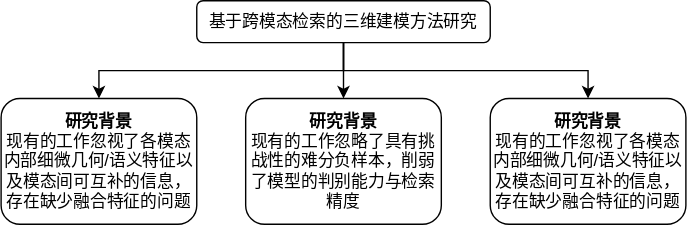
Earlier version of the draw.io export 基于跨模态检索的三维建模方法研究.drawio.svg (Wspiron/partnet_dataset). Source tidied: cells renumbered, new cells last; positions are measured from the earlier drawing's top-left corner, leaving out a move shared by most shapes. Its diagram source:
```xml
<mxGraphModel>
  <root>
    <mxCell id="0" />
    <mxCell id="1" parent="0" />
    <mxCell id="2" style="edgeStyle=orthogonalEdgeStyle;rounded=0;jettySize=auto;html=1;entryX=0.5;entryY=0;entryDx=0;entryDy=0;exitX=0.5;exitY=1;exitDx=0;exitDy=0;" parent="1" edge="1" source="3" target="4">
      <mxGeometry relative="1" as="geometry" />
    </mxCell>
    <mxCell id="3" value="基于跨模态检索的三维建模方法研究" style="rounded=1;whiteSpace=wrap;html=1;" parent="1" vertex="1">
      <mxGeometry x="140" width="210" height="30" as="geometry" />
    </mxCell>
    <mxCell id="4" value="&lt;b&gt;&lt;font style=&quot;font-size: 12px; color: rgb(0, 0, 0);&quot;&gt;研究背景&lt;/font&gt;&lt;/b&gt;&lt;div&gt;&lt;font face=&quot;Helvetica&quot; style=&quot;font-size: 12px; color: rgb(0, 0, 0);&quot;&gt;现有的工作&lt;span style=&quot;background-color: transparent;&quot;&gt;忽视了各模态内部细微几何&lt;/span&gt;&lt;span style=&quot;background-color: transparent;&quot;&gt;/&lt;/span&gt;&lt;span style=&quot;background-color: transparent;&quot;&gt;语义特征以及模态间可互补的信息，存在缺少融合特征的问题&lt;/span&gt;&lt;/font&gt;&lt;/div&gt;" style="rounded=1;whiteSpace=wrap;html=1;" parent="1" vertex="1">
      <mxGeometry y="70" width="140" height="90" as="geometry" />
    </mxCell>
    <mxCell id="5" value="&lt;b&gt;&lt;font face=&quot;Helvetica&quot; style=&quot;color: rgb(0, 0, 0); font-size: 12px;&quot;&gt;研究背景&lt;/font&gt;&lt;/b&gt;&lt;div&gt;&lt;font style=&quot;font-size: 12px;&quot; face=&quot;Helvetica&quot;&gt;&lt;font style=&quot;color: rgb(0, 0, 0);&quot;&gt;现有的工作&lt;/font&gt;&lt;span style=&quot;background-color: transparent; color: light-dark(rgb(0, 0, 0), rgb(255, 255, 255));&quot;&gt;忽略了具有挑战性的难分负样本，削弱了模型的判别能力与检索精度&lt;/span&gt;&lt;/font&gt;&lt;/div&gt;" style="rounded=1;whiteSpace=wrap;html=1;" parent="1" vertex="1">
      <mxGeometry x="175" y="70" width="140" height="90" as="geometry" />
    </mxCell>
    <mxCell id="6" value="&lt;b&gt;&lt;font style=&quot;font-size: 12px; color: rgb(0, 0, 0);&quot;&gt;研究背景&lt;/font&gt;&lt;/b&gt;&lt;div&gt;&lt;font face=&quot;Helvetica&quot; style=&quot;font-size: 12px; color: rgb(0, 0, 0);&quot;&gt;现有的工作&lt;span style=&quot;background-color: transparent;&quot;&gt;忽视了各模态内部细微几何&lt;/span&gt;&lt;span style=&quot;background-color: transparent;&quot;&gt;/&lt;/span&gt;&lt;span style=&quot;background-color: transparent;&quot;&gt;语义特征以及模态间可互补的信息，存在缺少融合特征的问题&lt;/span&gt;&lt;/font&gt;&lt;/div&gt;" style="rounded=1;whiteSpace=wrap;html=1;" parent="1" vertex="1">
      <mxGeometry x="350" y="70" width="140" height="90" as="geometry" />
    </mxCell>
    <mxCell id="7" style="edgeStyle=orthogonalEdgeStyle;rounded=0;jettySize=auto;html=1;entryX=0.5;entryY=0;entryDx=0;entryDy=0;exitX=0.5;exitY=1;exitDx=0;exitDy=0;" parent="1" edge="1" source="3" target="5">
      <mxGeometry relative="1" as="geometry" />
    </mxCell>
    <mxCell id="8" style="edgeStyle=orthogonalEdgeStyle;rounded=0;jettySize=auto;html=1;exitX=0.5;exitY=1;exitDx=0;exitDy=0;entryX=0.5;entryY=0;entryDx=0;entryDy=0;" parent="1" edge="1" source="3" target="6">
      <mxGeometry relative="1" as="geometry" />
    </mxCell>
  </root>
</mxGraphModel>
```
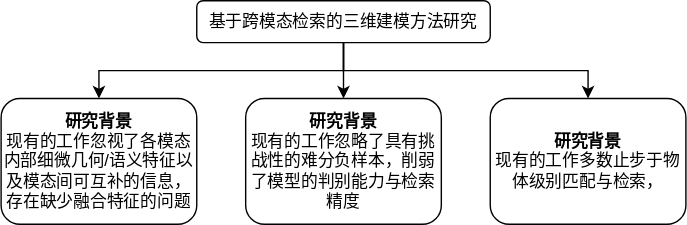
Above is the later version.

Commit message:
已添加 基于跨模态检索的三维建模方法研究.drawio.svg

The edit, as a diff of the source:
```diff
@@ -14,7 +14,7 @@
     <mxCell id="5" value="&lt;b&gt;&lt;font face=&quot;Helvetica&quot; style=&quot;color: rgb(0, 0, 0); font-size: 12px;&quot;&gt;研究背景&lt;/font&gt;&lt;/b&gt;&lt;div&gt;&lt;font style=&quot;font-size: 12px;&quot; face=&quot;Helvetica&quot;&gt;&lt;font style=&quot;color: rgb(0, 0, 0);&quot;&gt;现有的工作&lt;/font&gt;&lt;span style=&quot;background-color: transparent; color: light-dark(rgb(0, 0, 0), rgb(255, 255, 255));&quot;&gt;忽略了具有挑战性的难分负样本，削弱了模型的判别能力与检索精度&lt;/span&gt;&lt;/font&gt;&lt;/div&gt;" style="rounded=1;whiteSpace=wrap;html=1;" parent="1" vertex="1">
       <mxGeometry x="175" y="70" width="140" height="90" as="geometry" />
     </mxCell>
-    <mxCell id="6" value="&lt;b&gt;&lt;font style=&quot;font-size: 12px; color: rgb(0, 0, 0);&quot;&gt;研究背景&lt;/font&gt;&lt;/b&gt;&lt;div&gt;&lt;font face=&quot;Helvetica&quot; style=&quot;font-size: 12px; color: rgb(0, 0, 0);&quot;&gt;现有的工作&lt;span style=&quot;background-color: transparent;&quot;&gt;忽视了各模态内部细微几何&lt;/span&gt;&lt;span style=&quot;background-color: transparent;&quot;&gt;/&lt;/span&gt;&lt;span style=&quot;background-color: transparent;&quot;&gt;语义特征以及模态间可互补的信息，存在缺少融合特征的问题&lt;/span&gt;&lt;/font&gt;&lt;/div&gt;" style="rounded=1;whiteSpace=wrap;html=1;" parent="1" vertex="1">
+    <mxCell id="6" value="&lt;b&gt;&lt;font style=&quot;font-size: 12px; color: rgb(0, 0, 0);&quot;&gt;研究背景&lt;/font&gt;&lt;/b&gt;&lt;div&gt;&lt;font face=&quot;Helvetica&quot; style=&quot;font-size: 12px; color: rgb(0, 0, 0);&quot;&gt;现有的工作多数止步于物体级别匹配与检索，&lt;/font&gt;&lt;/div&gt;" style="rounded=1;whiteSpace=wrap;html=1;" parent="1" vertex="1">
       <mxGeometry x="350" y="70" width="140" height="90" as="geometry" />
     </mxCell>
     <mxCell id="7" style="edgeStyle=orthogonalEdgeStyle;rounded=0;jettySize=auto;html=1;entryX=0.5;entryY=0;entryDx=0;entryDy=0;exitX=0.5;exitY=1;exitDx=0;exitDy=0;" parent="1" edge="1" source="3" target="5">
```
